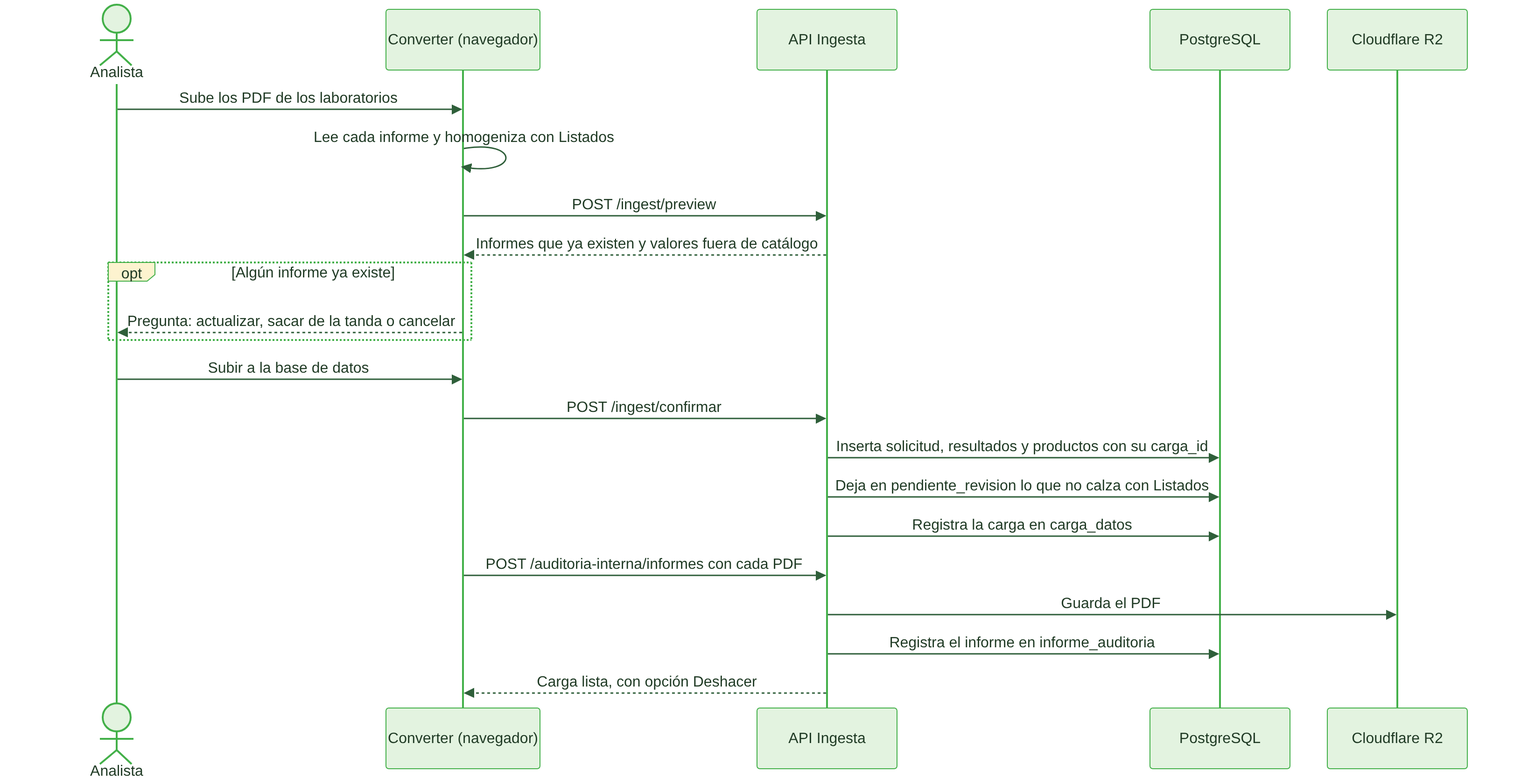
This is docs/documentacion/png/sec6_converter.png from JSSAgrofresh/agrofresh_report_hub, a Mermaid export, as it was before one commit. Its source is kept beside it as docs/documentacion/diagramas/sec6_converter.mmd.
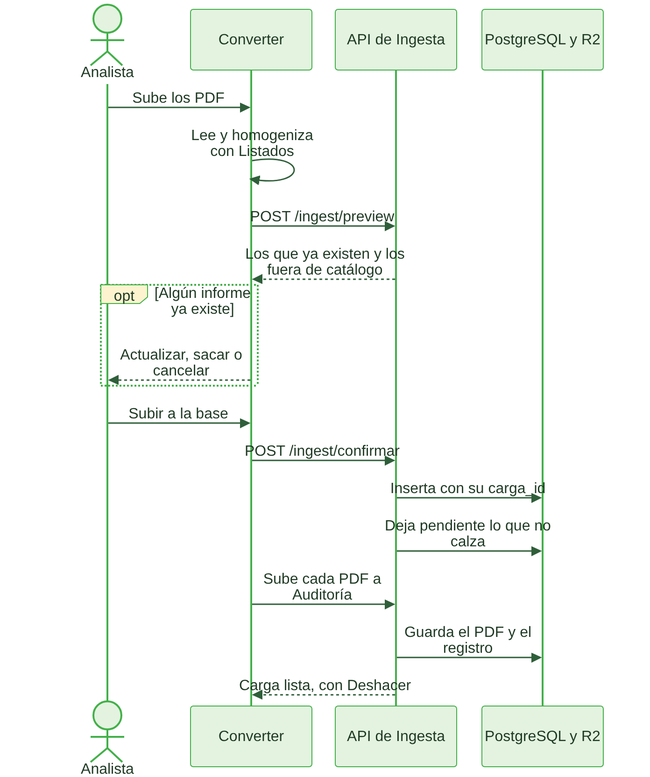
The same diagram one commit later.

Change to the diagram source:
```diff
@@ -1,22 +1,19 @@
 sequenceDiagram
     actor analista as Analista
-    participant conv as Converter (navegador)
-    participant api as API Ingesta
-    participant bd as PostgreSQL
-    participant r2 as Cloudflare R2
-    analista->>conv: Sube los PDF de los laboratorios
-    conv->>conv: Lee cada informe y homogeniza con Listados
+    participant conv as Converter
+    participant api as API de Ingesta
+    participant datos as PostgreSQL y R2
+    analista->>conv: Sube los PDF
+    conv->>conv: Lee y homogeniza con Listados
     conv->>api: POST /ingest/preview
-    api-->>conv: Informes que ya existen y valores fuera de catálogo
+    api-->>conv: Los que ya existen y los fuera de catálogo
     opt Algún informe ya existe
-        conv-->>analista: Pregunta: actualizar, sacar de la tanda o cancelar
+        conv-->>analista: Actualizar, sacar o cancelar
     end
-    analista->>conv: Subir a la base de datos
+    analista->>conv: Subir a la base
     conv->>api: POST /ingest/confirmar
-    api->>bd: Inserta solicitud, resultados y productos con su carga_id
-    api->>bd: Deja en pendiente_revision lo que no calza con Listados
-    api->>bd: Registra la carga en carga_datos
-    conv->>api: POST /auditoria-interna/informes con cada PDF
-    api->>r2: Guarda el PDF
-    api->>bd: Registra el informe en informe_auditoria
-    api-->>conv: Carga lista, con opción Deshacer
+    api->>datos: Inserta con su carga_id
+    api->>datos: Deja pendiente lo que no calza
+    conv->>api: Sube cada PDF a Auditoría
+    api->>datos: Guarda el PDF y el registro
+    api-->>conv: Carga lista, con Deshacer
```
